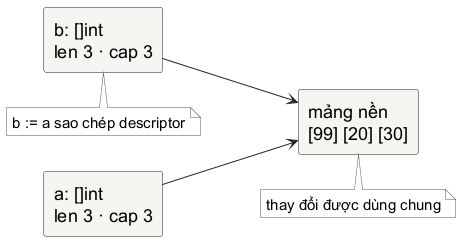
Before: assets/diagrams/slice-sharing.png, a diagram exported from PlantUML (Minhlike/Golang). Source of this version:
```plantuml
@startuml
skinparam backgroundColor white
skinparam shadowing false
skinparam defaultFontName "Source Sans 3"
skinparam defaultFontSize 18
skinparam defaultFontColor #000000
skinparam rectangle {
  BackgroundColor #F5F5F2
  BorderColor #222222
  FontColor #000000
  RoundCorner 5
}
skinparam arrowColor #222222
skinparam note {
  BackgroundColor #FFFFFF
  BorderColor #555555
  FontColor #000000
  FontName "Source Sans 3"
  FontSize 15
}
left to right direction
rectangle "a: []int\nlen 3 · cap 3" as a
rectangle "b: []int\nlen 3 · cap 3" as b
rectangle "mảng nền\n[99] [20] [30]" as store
a --> store
b --> store
note bottom of b : b := a sao chép descriptor
note bottom of store : thay đổi được dùng chung
@enduml
```
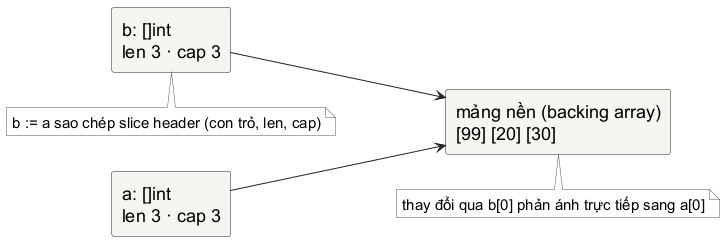
After the change.

Change to the diagram source:
```diff
@@ -21,9 +21,9 @@
 left to right direction
 rectangle "a: []int\nlen 3 · cap 3" as a
 rectangle "b: []int\nlen 3 · cap 3" as b
-rectangle "mảng nền\n[99] [20] [30]" as store
+rectangle "mảng nền (backing array)\n[99] [20] [30]" as store
 a --> store
 b --> store
-note bottom of b : b := a sao chép descriptor
-note bottom of store : thay đổi được dùng chung
+note bottom of b : b := a sao chép slice header (con trỏ, len, cap)
+note bottom of store : thay đổi qua b[0] phản ánh trực tiếp sang a[0]
 @enduml
```
